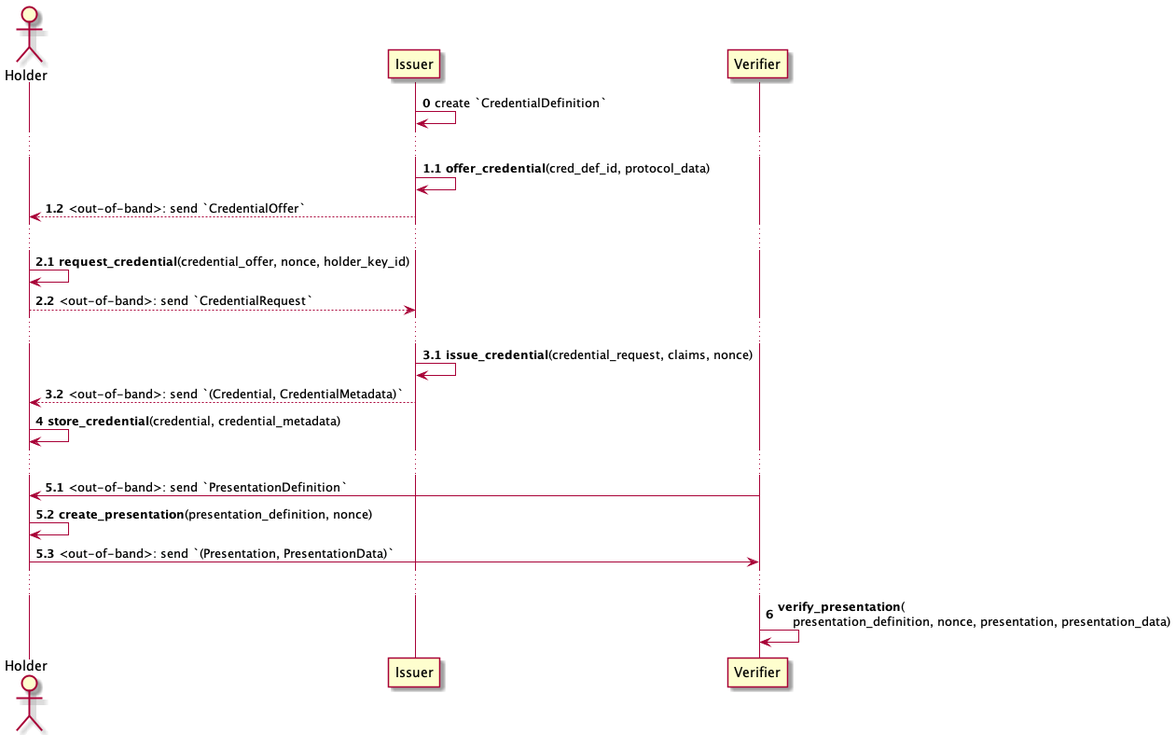
Above: docs/facade-low-level.png in equs-ai/equs-credentials-sdk (PlantUML), before the change.
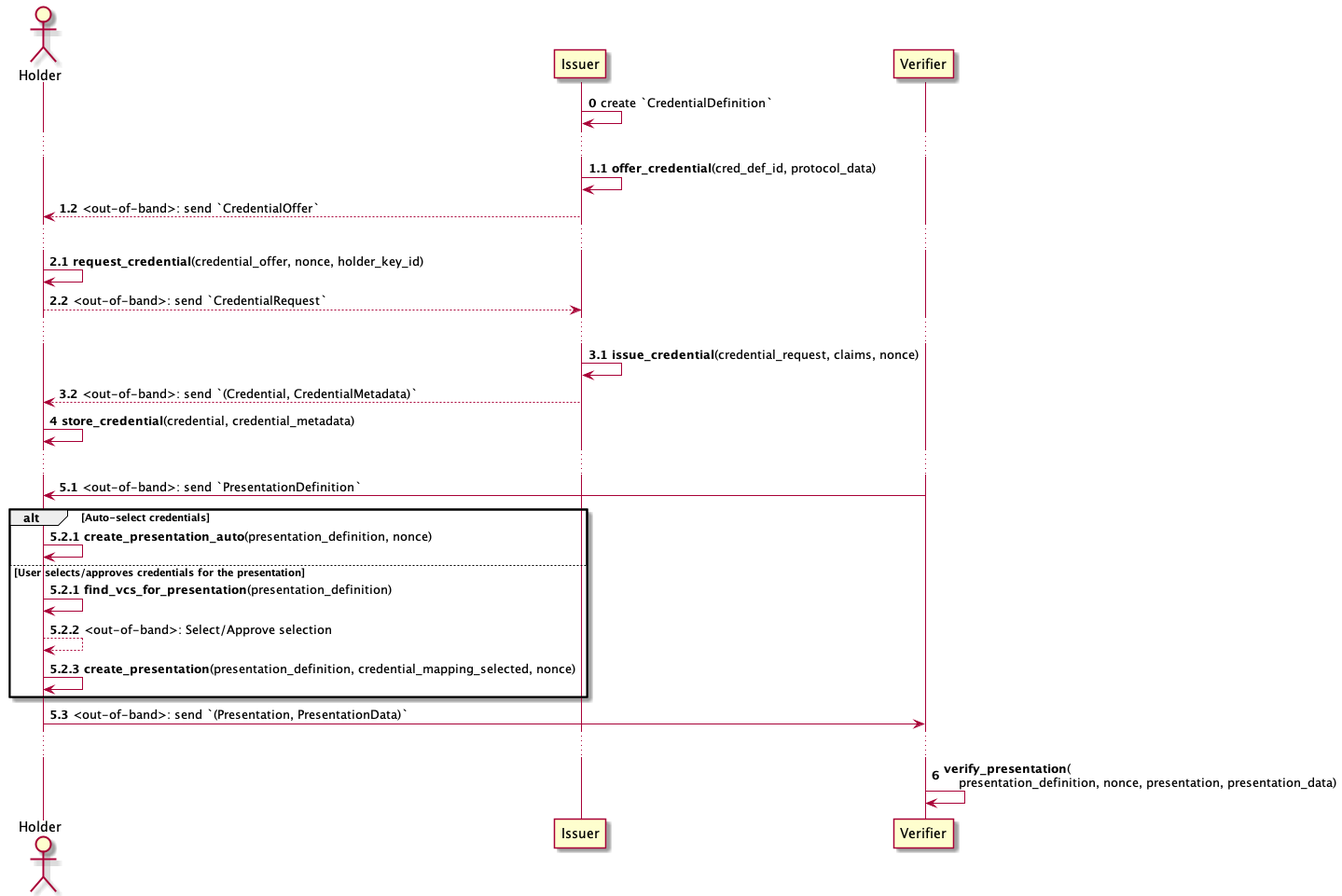
After the change.

Commit message:
ASDK-4: updated Holder Facade API to support optional selection/approval of VCs for the presentation

Diff of the diagram source:
```diff
@@ -33,9 +33,19 @@
 
 autonumber 5.1
 V -> H: <out-of-band>: send `PresentationDefinition`
-H -> H: <b>create_presentation</b>(presentation_definition, nonce)
+
+alt Auto-select credentials
+autonumber 5.2.1
+H -> H: <b>create_presentation_auto</b>(presentation_definition, nonce)
+
+else User selects/approves credentials for the presentation
+autonumber 5.2.1
+H -> H: <b>find_vcs_for_presentation</b>(presentation_definition)
+H --> H: <out-of-band>: Select/Approve selection
+H -> H: <b>create_presentation</b>(presentation_definition, credential_mapping_selected, nonce)
+end
+autonumber 5.3
 H -> V: <out-of-band>: send `(Presentation, PresentationData)`
-
 ...
 
 autonumber 6
```
